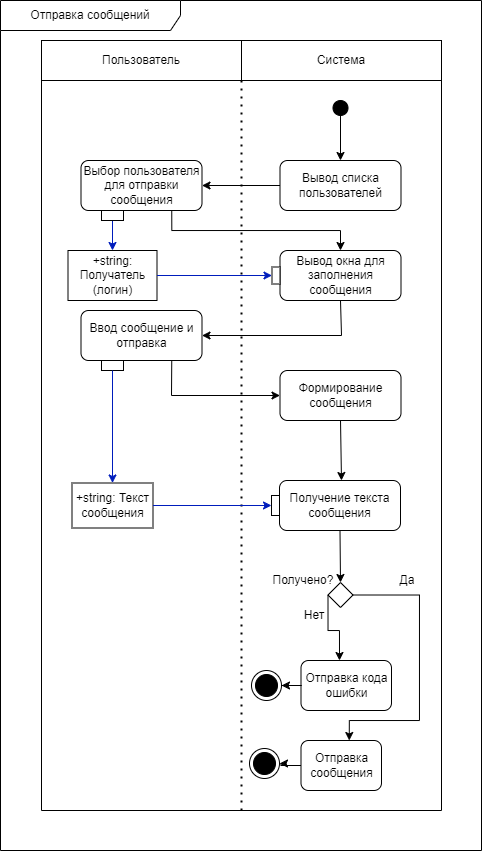
Earlier version of the draw.io export docs/activity_diagrams/отправка сообщения.png (AS2/habrolink). Source tidied: cells renumbered, new cells last; positions are measured from the earlier drawing's top-left corner, leaving out a move shared by most shapes.
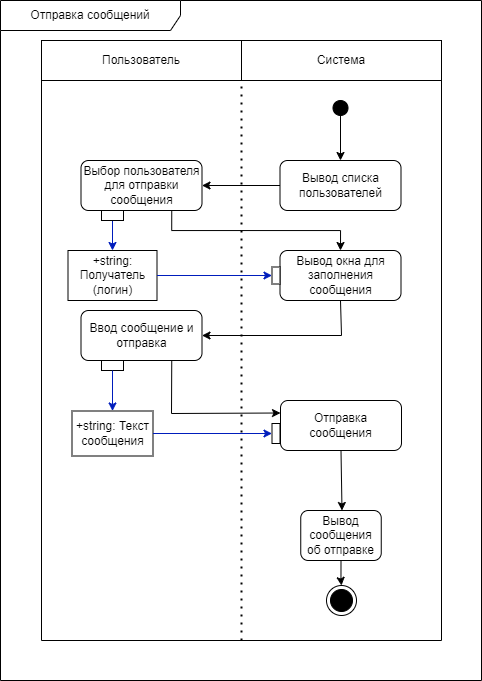
Later version of the same file.

Diff of the diagram source:
```diff
@@ -40,104 +40,58 @@
     </mxCell>
     <mxCell id="12" style="endArrow=none;dashed=1;html=1;dashPattern=1 3;strokeWidth=2;rounded=0;entryX=0;entryY=1;entryDx=0;entryDy=0;" parent="1" edge="1" target="4">
       <mxGeometry relative="1" as="geometry">
-        <mxPoint x="241" y="810" as="sourcePoint" />
+        <mxPoint x="241" y="640" as="sourcePoint" />
       </mxGeometry>
     </mxCell>
     <mxCell id="13" style="endArrow=none;html=1;rounded=0;entryX=0;entryY=1;entryDx=0;entryDy=0;" parent="1" edge="1" target="3">
       <mxGeometry relative="1" as="geometry">
-        <mxPoint x="41" y="810" as="sourcePoint" />
+        <mxPoint x="41" y="640" as="sourcePoint" />
       </mxGeometry>
     </mxCell>
-    <mxCell id="14" value="Получение текста сообщения" style="text;html=1;strokeColor=default;fillColor=none;align=center;verticalAlign=middle;whiteSpace=wrap;rounded=1;" parent="1" vertex="1">
-      <mxGeometry x="279" y="480" width="121" height="50" as="geometry" />
-    </mxCell>
-    <mxCell id="15" style="endArrow=classic;html=1;rounded=0;exitX=0.5;exitY=1;exitDx=0;exitDy=0;entryX=0.5;entryY=0;entryDx=0;entryDy=0;" parent="1" edge="1" source="14" target="18">
-      <mxGeometry relative="1" as="geometry" />
-    </mxCell>
-    <mxCell id="16" style="edgeStyle=orthogonalEdgeStyle;rounded=0;jettySize=auto;html=1;exitX=1;exitY=0.5;exitDx=0;exitDy=0;entryX=0.5;entryY=0;entryDx=0;entryDy=0;" parent="1" edge="1" source="18">
-      <mxGeometry relative="1" as="geometry">
-        <mxPoint x="348.8" y="740" as="targetPoint" />
-        <Array as="points">
-          <mxPoint x="419" y="595" />
-          <mxPoint x="419" y="720" />
-          <mxPoint x="349" y="720" />
-        </Array>
-      </mxGeometry>
-    </mxCell>
-    <mxCell id="17" style="edgeStyle=orthogonalEdgeStyle;rounded=0;jettySize=auto;html=1;exitX=0;exitY=0.5;exitDx=0;exitDy=0;entryX=0.5;entryY=0;entryDx=0;entryDy=0;" parent="1" edge="1" source="18">
-      <mxGeometry relative="1" as="geometry">
-        <mxPoint x="339" y="660" as="targetPoint" />
-        <Array as="points">
-          <mxPoint x="328" y="630" />
-          <mxPoint x="339" y="630" />
-        </Array>
-      </mxGeometry>
-    </mxCell>
-    <mxCell id="18" style="rhombus;whiteSpace=wrap;html=1;" parent="1" vertex="1">
-      <mxGeometry x="327.5" y="582" width="25" height="25" as="geometry" />
-    </mxCell>
-    <mxCell id="19" value="Получено?" style="text;html=1;strokeColor=none;fillColor=none;align=center;verticalAlign=middle;whiteSpace=wrap;rounded=0;" parent="1" vertex="1">
-      <mxGeometry x="273" y="567" width="60" height="25" as="geometry" />
-    </mxCell>
-    <mxCell id="20" value="Нет" style="text;html=1;strokeColor=none;fillColor=none;align=center;verticalAlign=middle;whiteSpace=wrap;rounded=0;" parent="1" vertex="1">
-      <mxGeometry x="284" y="600" width="60" height="30" as="geometry" />
-    </mxCell>
-    <mxCell id="21" value="Отправка кода ошибки" style="text;html=1;strokeColor=default;fillColor=none;align=center;verticalAlign=middle;whiteSpace=wrap;rounded=1;" parent="1" vertex="1">
-      <mxGeometry x="300.5" y="660" width="90.5" height="50" as="geometry" />
-    </mxCell>
     <mxCell id="22" style="endArrow=none;html=1;rounded=0;entryX=0;entryY=1;entryDx=0;entryDy=0;" parent="1" edge="1">
       <mxGeometry relative="1" as="geometry">
-        <mxPoint x="441" y="810" as="sourcePoint" />
+        <mxPoint x="441" y="640" as="sourcePoint" />
         <mxPoint x="441" y="80" as="targetPoint" />
       </mxGeometry>
     </mxCell>
-    <mxCell id="23" value="Да" style="text;html=1;strokeColor=none;fillColor=none;align=center;verticalAlign=middle;whiteSpace=wrap;rounded=0;" parent="1" vertex="1">
-      <mxGeometry x="377" y="564.5" width="60" height="30" as="geometry" />
-    </mxCell>
-    <mxCell id="24" style="edgeStyle=orthogonalEdgeStyle;rounded=0;jettySize=auto;html=1;exitX=0;exitY=0.5;exitDx=0;exitDy=0;" parent="1" edge="1" source="21" target="25">
-      <mxGeometry relative="1" as="geometry" />
-    </mxCell>
-    <mxCell id="25" style="ellipse;html=1;shape=endState;fillColor=strokeColor;" parent="1" vertex="1">
-      <mxGeometry x="251" y="670" width="30" height="30" as="geometry" />
-    </mxCell>
-    <mxCell id="26" value="Отправка сообщения" style="text;html=1;strokeColor=default;fillColor=none;align=center;verticalAlign=middle;whiteSpace=wrap;rounded=1;" parent="1" vertex="1">
-      <mxGeometry x="300.5" y="740" width="80.5" height="50" as="geometry" />
+    <mxCell id="26" value="Вывод сообщения об отправке" style="text;html=1;strokeColor=default;fillColor=none;align=center;verticalAlign=middle;whiteSpace=wrap;rounded=1;" parent="1" vertex="1">
+      <mxGeometry x="300.2" y="510" width="80.5" height="50" as="geometry" />
     </mxCell>
     <mxCell id="27" style="endArrow=none;html=1;rounded=0;" parent="1" edge="1">
       <mxGeometry relative="1" as="geometry">
-        <mxPoint x="41" y="810" as="sourcePoint" />
-        <mxPoint x="441" y="810" as="targetPoint" />
+        <mxPoint x="41" y="640" as="sourcePoint" />
+        <mxPoint x="441" y="640" as="targetPoint" />
       </mxGeometry>
     </mxCell>
     <mxCell id="28" style="ellipse;html=1;shape=endState;fillColor=strokeColor;" parent="1" vertex="1">
-      <mxGeometry x="249" y="748" width="30" height="30" as="geometry" />
+      <mxGeometry x="326" y="585" width="30" height="30" as="geometry" />
     </mxCell>
-    <mxCell id="29" style="edgeStyle=orthogonalEdgeStyle;rounded=0;jettySize=auto;html=1;exitX=0;exitY=0.5;exitDx=0;exitDy=0;" parent="1" edge="1" source="26" target="28">
+    <mxCell id="29" style="edgeStyle=orthogonalEdgeStyle;rounded=0;jettySize=auto;html=1;exitX=0.5;exitY=1;exitDx=0;exitDy=0;" parent="1" edge="1" source="26" target="28">
       <mxGeometry relative="1" as="geometry" />
     </mxCell>
     <mxCell id="30" value="Отправка сообщений" style="shape=umlFrame;whiteSpace=wrap;html=1;width=180;height=30;" parent="1" vertex="1">
-      <mxGeometry width="481" height="850" as="geometry" />
+      <mxGeometry width="481" height="680" as="geometry" />
     </mxCell>
     <mxCell id="31" value="Ввод сообщение и отправка" style="text;html=1;strokeColor=default;fillColor=none;align=center;verticalAlign=middle;whiteSpace=wrap;rounded=1;" parent="1" vertex="1">
       <mxGeometry x="80.5" y="310" width="121" height="50" as="geometry" />
     </mxCell>
-    <mxCell id="32" style="endArrow=classic;html=1;rounded=0;exitX=0.75;exitY=1;exitDx=0;exitDy=0;entryX=0;entryY=0.5;entryDx=0;entryDy=0;" parent="1" edge="1" source="31" target="33">
+    <mxCell id="32" style="endArrow=classic;html=1;rounded=0;exitX=0.75;exitY=1;exitDx=0;exitDy=0;entryX=0;entryY=0.25;entryDx=0;entryDy=0;" parent="1" edge="1" source="31" target="33">
       <mxGeometry relative="1" as="geometry">
         <Array as="points">
-          <mxPoint x="171" y="395" />
+          <mxPoint x="171" y="413" />
         </Array>
       </mxGeometry>
     </mxCell>
-    <mxCell id="33" value="Формирование сообщения" style="text;html=1;strokeColor=default;fillColor=none;align=center;verticalAlign=middle;whiteSpace=wrap;rounded=1;" parent="1" vertex="1">
-      <mxGeometry x="279.5" y="370" width="121" height="50" as="geometry" />
+    <mxCell id="33" value="Отправка сообщения" style="text;html=1;strokeColor=default;fillColor=none;align=center;verticalAlign=middle;whiteSpace=wrap;rounded=1;" parent="1" vertex="1">
+      <mxGeometry x="280" y="400" width="121" height="50" as="geometry" />
     </mxCell>
     <mxCell id="34" style="endArrow=classic;html=1;rounded=0;exitX=0.5;exitY=1;exitDx=0;exitDy=0;" parent="1" edge="1" source="33">
       <mxGeometry relative="1" as="geometry">
-        <mxPoint x="341" y="480" as="targetPoint" />
+        <mxPoint x="341.5" y="510" as="targetPoint" />
       </mxGeometry>
     </mxCell>
     <mxCell id="35" style="rounded=0;whiteSpace=wrap;html=1;" parent="1" vertex="1">
-      <mxGeometry x="271" y="495" width="8" height="20" as="geometry" />
+      <mxGeometry x="271.5" y="423" width="8" height="20" as="geometry" />
     </mxCell>
     <mxCell id="36" style="rounded=0;whiteSpace=wrap;html=1;" parent="1" vertex="1">
       <mxGeometry x="101" y="360" width="22" height="10" as="geometry" />
@@ -146,7 +100,7 @@
       <mxGeometry relative="1" as="geometry" />
     </mxCell>
     <mxCell id="38" value="+string: Текст сообщения" style="rounded=0;whiteSpace=wrap;html=1;" parent="1" vertex="1">
-      <mxGeometry x="71.5" y="482.5" width="81" height="45" as="geometry" />
+      <mxGeometry x="71.5" y="410.5" width="81" height="45" as="geometry" />
     </mxCell>
     <mxCell id="39" style="endArrow=classic;html=1;rounded=0;fillColor=#0050ef;strokeColor=#001DBC;edgeStyle=orthogonalEdgeStyle;entryX=0;entryY=0.5;entryDx=0;entryDy=0;" parent="1" edge="1" source="38" target="35">
       <mxGeometry relative="1" as="geometry" />
```
